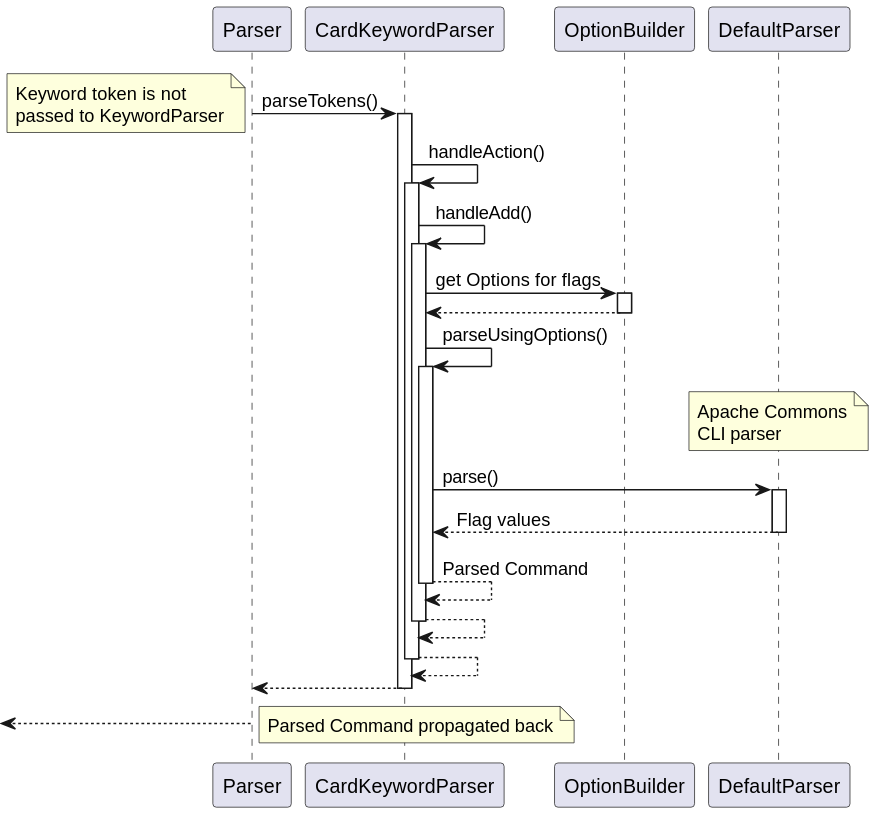
Earlier version of the PlantUML export docs/img/ParserSequence.svg (nus-cs2113-AY2223S2/tp). Source of this version:
```plantuml
@startuml ParserSequence
autoactivate on


Parser -> CardKeywordParser : parseTokens()
note left
    Keyword token is not
    passed to KeywordParser
end note

CardKeywordParser -> CardKeywordParser : handleAction()
CardKeywordParser -> CardKeywordParser : handleAdd()

CardKeywordParser -> OptionBuilder : get Options for flags
return

CardKeywordParser -> CardKeywordParser : parseUsingOptions()

note over DefaultParser
    Apache Commons
    CLI parser
end note
CardKeywordParser -> DefaultParser : parse()
return Flag values

return Parsed Command
return
return
return

<-- Parser

note right : Parsed Command propagated back

@enduml
```
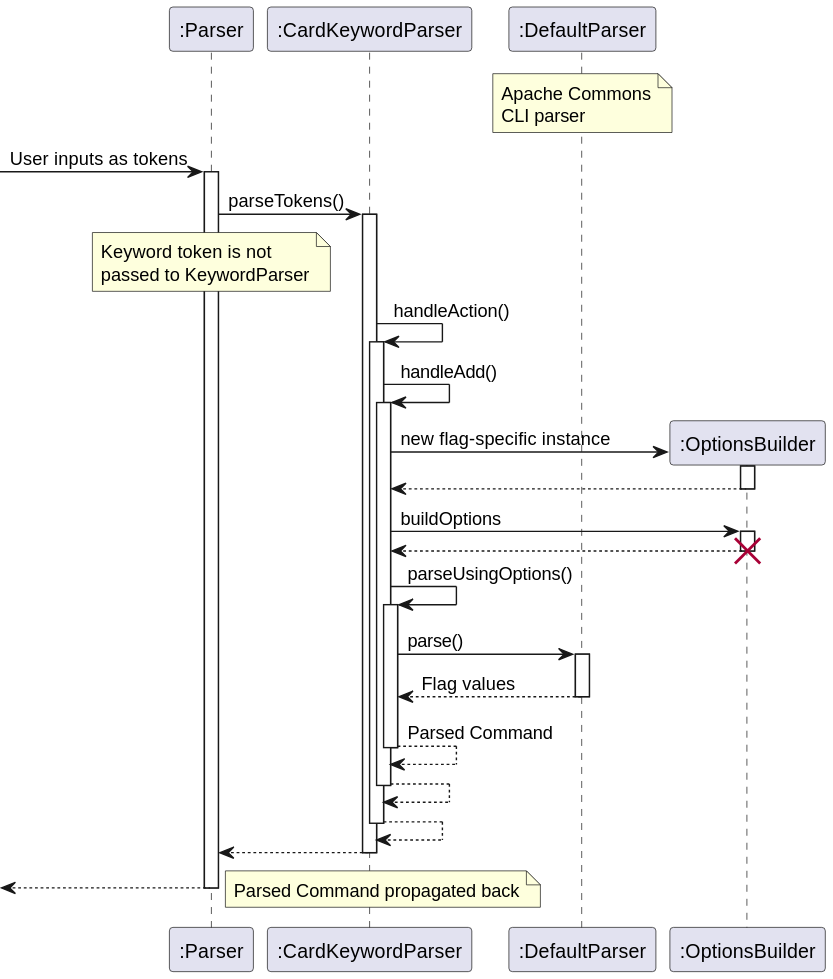
After the commit.

Commit message:
fix: corrected ParserSequence

The edit, as a diff of the source:
```diff
@@ -1,26 +1,36 @@
 @startuml ParserSequence
 autoactivate on
 
+participant ":Parser" as parser
+participant ":CardKeywordParser" as cardparser
+participant ":DefaultParser" as apacheparser
+participant ":OptionsBuilder" as optsbuilder
 
-Parser -> CardKeywordParser : parseTokens()
-note left
+note over apacheparser
+    Apache Commons
+    CLI parser
+end note
+
+-> parser : User inputs as tokens
+parser -> cardparser : parseTokens()
+note over parser
     Keyword token is not
     passed to KeywordParser
 end note
 
-CardKeywordParser -> CardKeywordParser : handleAction()
-CardKeywordParser -> CardKeywordParser : handleAdd()
+cardparser -> cardparser : handleAction()
+cardparser -> cardparser : handleAdd()
 
-CardKeywordParser -> OptionBuilder : get Options for flags
+create optsbuilder
+cardparser -> optsbuilder : new flag-specific instance
 return
+cardparser -> optsbuilder : buildOptions
+return
+destroy optsbuilder
 
-CardKeywordParser -> CardKeywordParser : parseUsingOptions()
+cardparser -> cardparser : parseUsingOptions()
 
-note over DefaultParser
-    Apache Commons
-    CLI parser
-end note
-CardKeywordParser -> DefaultParser : parse()
+cardparser -> apacheparser : parse()
 return Flag values
 
 return Parsed Command
@@ -28,7 +38,7 @@
 return
 return
 
-<-- Parser
+<-- parser
 
 note right : Parsed Command propagated back
 
```
